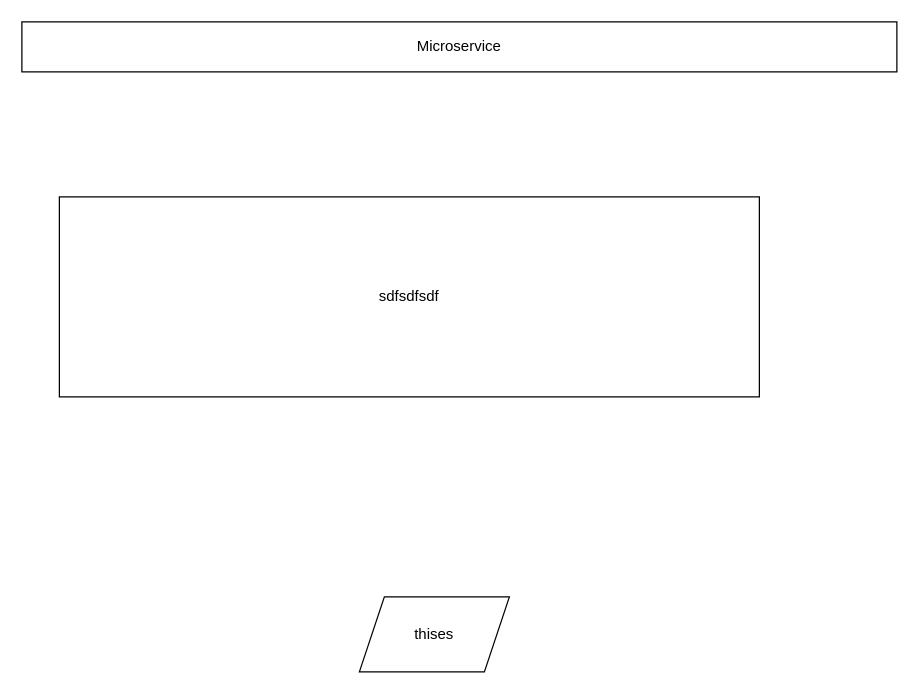
Earlier version of the draw.io diagram Untitled Diagram.drawio (velonix-tech/microservice). Source tidied: cells renumbered, new cells numbered last; positions are measured from the earlier drawing's top-left corner, leaving out a move shared by most shapes. Both pictures are drawn from the tidied source at 125%, with x=0, y=0 at pixel (21, 21).
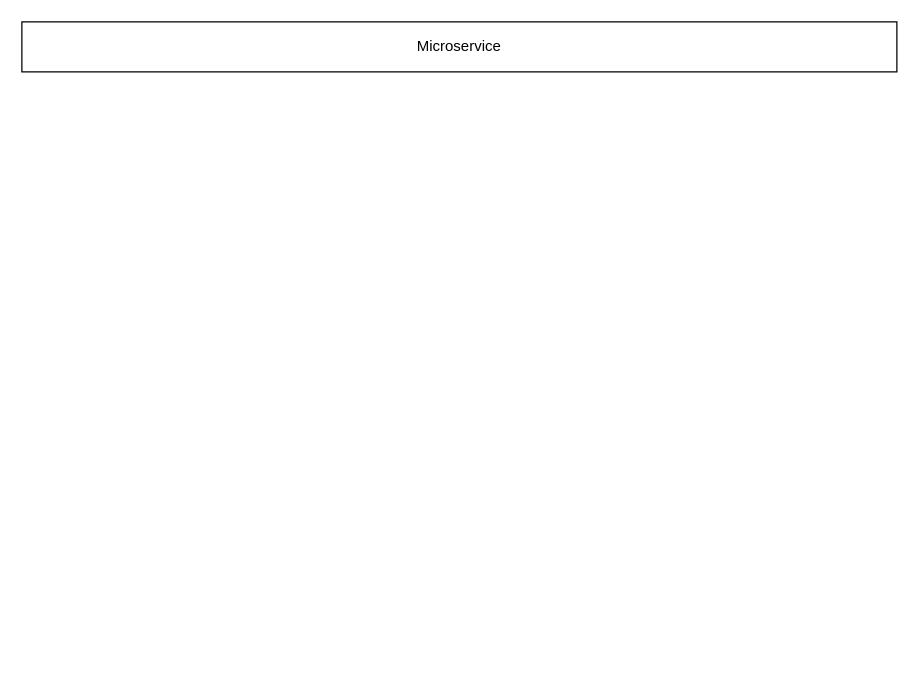
The same page after the edit.

What changed in the source:
```diff
@@
 <mxGraphModel>
   <root>
     <mxCell id="0" />
     <mxCell id="1" parent="0" />
     <mxCell id="2" value="Microservice" style="rounded=0;whiteSpace=wrap;html=1;" parent="1" vertex="1">
       <mxGeometry width="700" height="40" as="geometry" />
     </mxCell>
-    <mxCell id="3" value="sdfsdfsdf" style="rounded=0;whiteSpace=wrap;html=1;" parent="1" vertex="1">
-      <mxGeometry x="30" y="140" width="560" height="160" as="geometry" />
-    </mxCell>
-    <mxCell id="4" value="thises" style="shape=parallelogram;perimeter=parallelogramPerimeter;whiteSpace=wrap;html=1;fixedSize=1;" parent="1" vertex="1">
-      <mxGeometry x="270" y="460" width="120" height="60" as="geometry" />
-    </mxCell>
   </root>
 </mxGraphModel>
```
